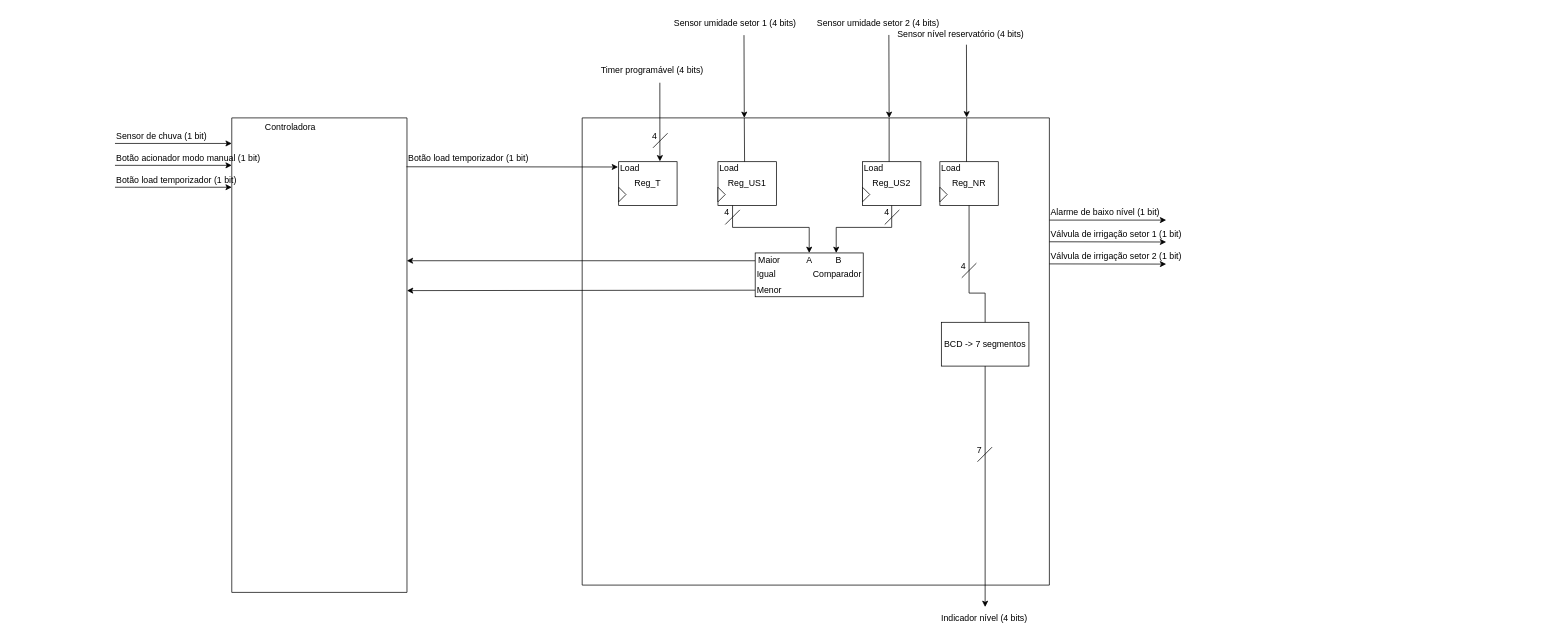
This is page "Caminho de dados" (4 of 4) of docs/diagramas.drawio from bbiancalopess/fsm-sistema-irrigacao, a draw.io file, before an edit. Source tidied: cells renumbered, new cells numbered last; positions are measured from the earlier drawing's top-left corner, leaving out a move shared by most shapes. Both pictures are drawn from the tidied source at 73%, with x=0, y=0 at pixel (115, 12).
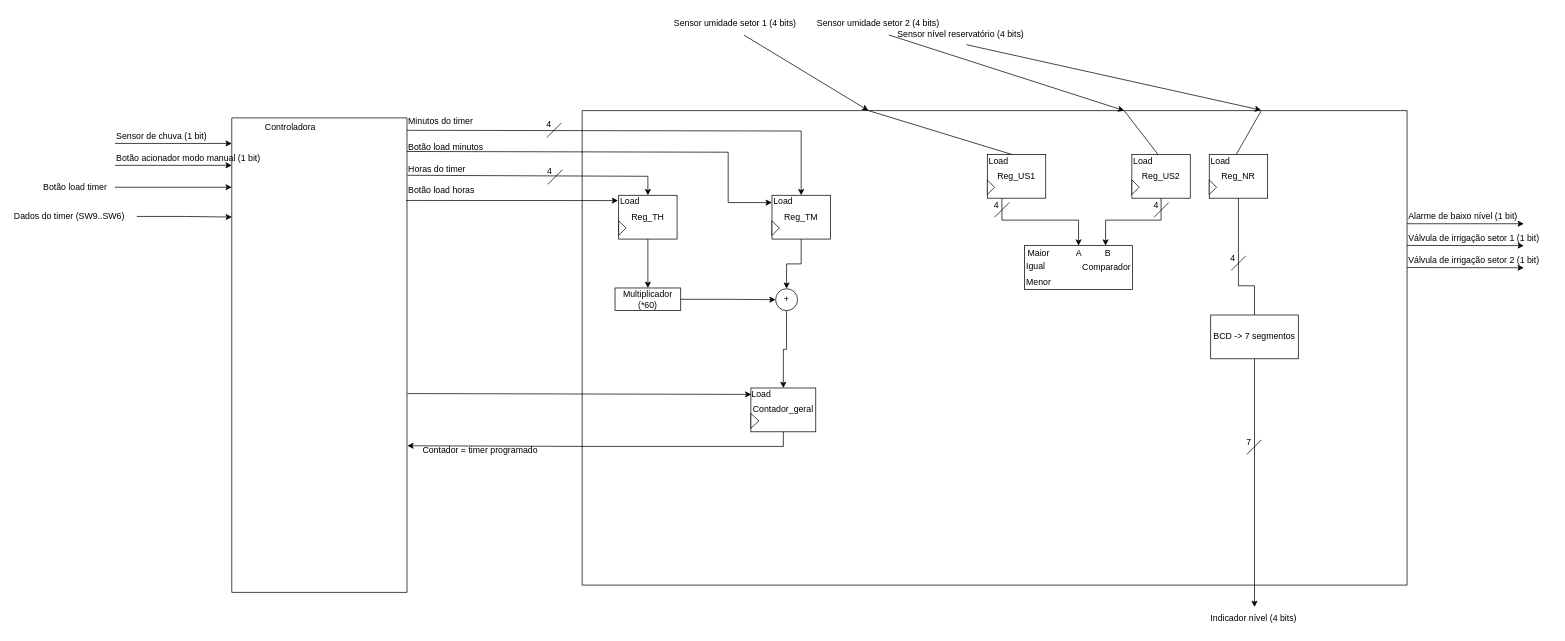
The same diagram, later.

The change refers to these unchanged cells:
```xml
<mxCell id="7" value="Reg_US1" style="rounded=0;whiteSpace=wrap;html=1;" parent="6" vertex="1">
  <mxGeometry x="10" y="6" width="80" height="60" as="geometry" />
</mxCell>
<mxCell id="13" value="Reg_US2" style="rounded=0;whiteSpace=wrap;html=1;" parent="12" vertex="1">
  <mxGeometry x="10" y="6" width="80" height="60" as="geometry" />
</mxCell>
<mxCell id="29" value="Reg_NR" style="rounded=0;whiteSpace=wrap;html=1;" parent="28" vertex="1">
  <mxGeometry x="10" y="6" width="80" height="60" as="geometry" />
</mxCell>
<mxCell id="61" style="swimlane;startSize=0;" parent="1" vertex="1">
  <mxGeometry x="160" y="144" width="240" height="650" as="geometry" />
</mxCell>
```

Diff of the diagram source:
```diff
@@
     <mxCell id="2" style="swimlane;startSize=0;" parent="1" vertex="1">
-      <mxGeometry x="640" y="144" width="640" height="640" as="geometry" />
+      <mxGeometry x="640" y="134" width="1130" height="650" as="geometry" />
     </mxCell>
@@
+    <mxCell id="36" style="group;" parent="2" vertex="1">
+      <mxGeometry x="40" y="110" width="90" height="66" as="geometry" />
+    </mxCell>
+    <mxCell id="37" value="Reg_TH" style="rounded=0;whiteSpace=wrap;html=1;" parent="36" vertex="1">
+      <mxGeometry x="10" y="6" width="80" height="60" as="geometry" />
+    </mxCell>
+    <mxCell id="38" style="triangle;whiteSpace=wrap;html=1;" parent="36" vertex="1">
+      <mxGeometry x="10" y="41" width="10" height="20" as="geometry" />
+    </mxCell>
+    <mxCell id="39" value="Load" style="text;html=1;align=center;verticalAlign=middle;strokeColor=none;fillColor=none;" parent="36" vertex="1">
+      <mxGeometry width="50" height="30" as="geometry" />
+    </mxCell>
     <mxCell id="6" style="group;" parent="2" vertex="1">
-      <mxGeometry x="176" y="54" width="90" height="91" as="geometry" />
+      <mxGeometry x="545" y="54" width="90" height="91" as="geometry" />
     </mxCell>
@@
     <mxCell id="12" style="group;" parent="2" vertex="1">
-      <mxGeometry x="374" y="54" width="90" height="126" as="geometry" />
+      <mxGeometry x="743" y="54" width="90" height="126" as="geometry" />
     </mxCell>
@@
     <mxCell id="18" value="Comparador" style="rounded=0;whiteSpace=wrap;html=1;align=right;" parent="2" vertex="1">
-      <mxGeometry x="237" y="185" width="148" height="60" as="geometry" />
+      <mxGeometry x="606" y="185" width="148" height="60" as="geometry" />
     </mxCell>
     <mxCell id="19" value="Maior" style="text;html=1;align=center;verticalAlign=middle;strokeColor=none;fillColor=none;" parent="2" vertex="1">
-      <mxGeometry x="231" y="180" width="50" height="30" as="geometry" />
+      <mxGeometry x="600" y="180" width="50" height="30" as="geometry" />
     </mxCell>
     <mxCell id="20" value="Menor" style="text;html=1;align=center;verticalAlign=middle;strokeColor=none;fillColor=none;" parent="2" vertex="1">
-      <mxGeometry x="226" y="221" width="60" height="30" as="geometry" />
+      <mxGeometry x="595" y="221" width="60" height="30" as="geometry" />
     </mxCell>
     <mxCell id="21" value="Igual" style="text;html=1;align=center;verticalAlign=middle;strokeColor=none;fillColor=none;" parent="2" vertex="1">
-      <mxGeometry x="227" y="199" width="50" height="30" as="geometry" />
+      <mxGeometry x="596" y="199" width="50" height="30" as="geometry" />
     </mxCell>
     <mxCell id="22" value="A" style="text;html=1;align=center;verticalAlign=middle;strokeColor=none;fillColor=none;" parent="2" vertex="1">
-      <mxGeometry x="296" y="180" width="30" height="30" as="geometry" />
+      <mxGeometry x="665" y="180" width="30" height="30" as="geometry" />
     </mxCell>
     <mxCell id="23" value="B" style="text;html=1;align=center;verticalAlign=middle;strokeColor=none;fillColor=none;" parent="2" vertex="1">
-      <mxGeometry x="336" y="180" width="30" height="30" as="geometry" />
+      <mxGeometry x="705" y="180" width="30" height="30" as="geometry" />
     </mxCell>
     <mxCell id="24" style="endArrow=classic;html=1;rounded=0;exitX=0.25;exitY=1;exitDx=0;exitDy=0;entryX=0.5;entryY=0;entryDx=0;entryDy=0;" parent="2" edge="1" source="7" target="18">
       <mxGeometry relative="1" as="geometry">
         <Array as="points">
-          <mxPoint x="206" y="150" />
-          <mxPoint x="311" y="150" />
+          <mxPoint x="575" y="150" />
+          <mxPoint x="680" y="150" />
         </Array>
       </mxGeometry>
     </mxCell>
     <mxCell id="25" style="endArrow=classic;html=1;rounded=0;exitX=0.5;exitY=1;exitDx=0;exitDy=0;entryX=0.75;entryY=0;entryDx=0;entryDy=0;" parent="2" edge="1" source="13" target="18">
       <mxGeometry relative="1" as="geometry">
         <Array as="points">
-          <mxPoint x="424" y="150" />
-          <mxPoint x="348" y="150" />
+          <mxPoint x="793" y="150" />
+          <mxPoint x="717" y="150" />
         </Array>
       </mxGeometry>
     </mxCell>
     <mxCell id="26" style="endArrow=none;html=1;rounded=0;" parent="2" edge="1">
       <mxGeometry relative="1" as="geometry">
-        <mxPoint x="541.5" y="471" as="sourcePoint" />
-        <mxPoint x="561.5" y="451" as="targetPoint" />
+        <mxPoint x="910.5" y="471" as="sourcePoint" />
+        <mxPoint x="930.5" y="451" as="targetPoint" />
       </mxGeometry>
     </mxCell>
     <mxCell id="27" value="7" style="text;html=1;align=center;verticalAlign=middle;strokeColor=none;fillColor=none;" parent="2" vertex="1">
-      <mxGeometry x="528.5" y="440" width="30" height="30" as="geometry" />
+      <mxGeometry x="897.5" y="440" width="30" height="30" as="geometry" />
     </mxCell>
     <mxCell id="28" style="group;" parent="2" vertex="1">
-      <mxGeometry x="480" y="54" width="90" height="66" as="geometry" />
+      <mxGeometry x="849" y="54" width="90" height="66" as="geometry" />
     </mxCell>
@@
     <mxCell id="32" value="BCD -&amp;gt; 7 segmentos" style="rounded=0;whiteSpace=wrap;html=1;" parent="2" vertex="1">
-      <mxGeometry x="492" y="280" width="120" height="60" as="geometry" />
+      <mxGeometry x="861" y="280" width="120" height="60" as="geometry" />
     </mxCell>
     <mxCell id="33" style="endArrow=none;html=1;rounded=0;entryX=0.5;entryY=1;entryDx=0;entryDy=0;exitX=0.5;exitY=0;exitDx=0;exitDy=0;" parent="2" edge="1" source="32" target="29">
       <mxGeometry relative="1" as="geometry">
         <Array as="points">
-          <mxPoint x="552" y="240" />
-          <mxPoint x="530" y="240" />
+          <mxPoint x="921" y="240" />
+          <mxPoint x="899" y="240" />
         </Array>
       </mxGeometry>
     </mxCell>
     <mxCell id="34" style="endArrow=none;html=1;rounded=0;" parent="2" edge="1">
       <mxGeometry relative="1" as="geometry">
-        <mxPoint x="520" y="219" as="sourcePoint" />
-        <mxPoint x="540" y="199" as="targetPoint" />
+        <mxPoint x="889" y="219" as="sourcePoint" />
+        <mxPoint x="909" y="199" as="targetPoint" />
       </mxGeometry>
     </mxCell>
     <mxCell id="35" value="4" style="text;html=1;align=center;verticalAlign=middle;strokeColor=none;fillColor=none;" parent="2" vertex="1">
-      <mxGeometry x="507" y="188" width="30" height="30" as="geometry" />
+      <mxGeometry x="876" y="188" width="30" height="30" as="geometry" />
     </mxCell>
-    <mxCell id="36" style="group;" parent="2" vertex="1">
-      <mxGeometry x="40" y="54" width="90" height="66" as="geometry" />
-    </mxCell>
-    <mxCell id="37" value="Reg_T" style="rounded=0;whiteSpace=wrap;html=1;" parent="36" vertex="1">
-      <mxGeometry x="10" y="6" width="80" height="60" as="geometry" />
-    </mxCell>
-    <mxCell id="38" style="triangle;whiteSpace=wrap;html=1;" parent="36" vertex="1">
-      <mxGeometry x="10" y="41" width="10" height="20" as="geometry" />
-    </mxCell>
-    <mxCell id="39" value="Load" style="text;html=1;align=center;verticalAlign=middle;strokeColor=none;fillColor=none;" parent="36" vertex="1">
-      <mxGeometry width="50" height="30" as="geometry" />
-    </mxCell>
-    <mxCell id="40" style="endArrow=none;html=1;rounded=0;" parent="2" edge="1">
-      <mxGeometry relative="1" as="geometry">
-        <mxPoint x="97" y="41" as="sourcePoint" />
-        <mxPoint x="117" y="21" as="targetPoint" />
-      </mxGeometry>
-    </mxCell>
-    <mxCell id="41" value="4" style="text;html=1;align=center;verticalAlign=middle;strokeColor=none;fillColor=none;" parent="2" vertex="1">
-      <mxGeometry x="84" y="10" width="30" height="30" as="geometry" />
-    </mxCell>
-    <mxCell id="42" style="endArrow=classic;html=1;rounded=0;exitX=0.5;exitY=1;exitDx=0;exitDy=0;" parent="1" edge="1" source="32">
+    <mxCell id="42" style="endArrow=classic;html=1;rounded=0;exitX=0.5;exitY=1;exitDx=0;exitDy=0;" parent="2" edge="1" source="32">
       <mxGeometry relative="1" as="geometry">
-        <mxPoint x="1192" y="814" as="targetPoint" />
+        <mxPoint x="921" y="680" as="targetPoint" />
       </mxGeometry>
     </mxCell>
+    <mxCell id="45" value="&lt;font&gt;Indicador nível (4 bits)&lt;/font&gt;" style="text;html=1;align=left;verticalAlign=middle;strokeColor=none;fillColor=none;fontSize=12;" parent="2" vertex="1">
+      <mxGeometry x="859" y="680" width="140" height="30" as="geometry" />
+    </mxCell>
+    <mxCell id="70" style="group;" parent="2" vertex="1">
+      <mxGeometry x="250" y="110" width="90" height="66" as="geometry" />
+    </mxCell>
+    <mxCell id="71" value="Reg_TM" style="rounded=0;whiteSpace=wrap;html=1;" parent="70" vertex="1">
+      <mxGeometry x="10" y="6" width="80" height="60" as="geometry" />
+    </mxCell>
+    <mxCell id="72" style="triangle;whiteSpace=wrap;html=1;" parent="70" vertex="1">
+      <mxGeometry x="10" y="41" width="10" height="20" as="geometry" />
+    </mxCell>
+    <mxCell id="73" value="Load" style="text;html=1;align=center;verticalAlign=middle;strokeColor=none;fillColor=none;" parent="70" vertex="1">
+      <mxGeometry width="50" height="30" as="geometry" />
+    </mxCell>
+    <mxCell id="74" style="endArrow=classic;html=1;rounded=0;exitX=1.003;exitY=0.121;exitDx=0;exitDy=0;exitPerimeter=0;entryX=0.5;entryY=0;entryDx=0;entryDy=0;" parent="2" edge="1" target="71">
+      <mxGeometry relative="1" as="geometry">
+        <mxPoint x="-240" y="27" as="sourcePoint" />
+        <Array as="points">
+          <mxPoint x="300" y="28" />
+        </Array>
+      </mxGeometry>
+    </mxCell>
+    <mxCell id="75" style="endArrow=classic;html=1;rounded=0;exitX=1.003;exitY=0.121;exitDx=0;exitDy=0;exitPerimeter=0;entryX=-0.002;entryY=0.167;entryDx=0;entryDy=0;entryPerimeter=0;" parent="2" edge="1" target="71">
+      <mxGeometry relative="1" as="geometry">
+        <mxPoint x="-240" y="56" as="sourcePoint" />
+        <Array as="points">
+          <mxPoint x="200" y="57" />
+          <mxPoint x="200" y="126" />
+        </Array>
+      </mxGeometry>
+    </mxCell>
+    <mxCell id="76" style="edgeStyle=orthogonalEdgeStyle;rounded=0;jettySize=auto;html=1;exitX=1;exitY=0.5;exitDx=0;exitDy=0;entryX=0;entryY=0.5;entryDx=0;entryDy=0;" parent="2" edge="1" source="77" target="80">
+      <mxGeometry relative="1" as="geometry" />
+    </mxCell>
+    <mxCell id="77" value="Multiplicador (*60)" style="whiteSpace=wrap;html=1;" parent="2" vertex="1">
+      <mxGeometry x="45" y="243" width="90" height="31" as="geometry" />
+    </mxCell>
+    <mxCell id="78" style="edgeStyle=orthogonalEdgeStyle;rounded=0;jettySize=auto;html=1;exitX=0.5;exitY=1;exitDx=0;exitDy=0;" parent="2" edge="1" source="37" target="77">
+      <mxGeometry relative="1" as="geometry" />
+    </mxCell>
+    <mxCell id="79" style="edgeStyle=orthogonalEdgeStyle;rounded=0;jettySize=auto;html=1;exitX=0.5;exitY=1;exitDx=0;exitDy=0;entryX=0.5;entryY=0;entryDx=0;entryDy=0;" parent="2" edge="1" source="80" target="83">
+      <mxGeometry relative="1" as="geometry" />
+    </mxCell>
+    <mxCell id="80" value="+" style="ellipse;whiteSpace=wrap;html=1;" parent="2" vertex="1">
+      <mxGeometry x="265" y="244" width="30" height="30" as="geometry" />
+    </mxCell>
+    <mxCell id="81" style="edgeStyle=orthogonalEdgeStyle;rounded=0;jettySize=auto;html=1;exitX=0.5;exitY=1;exitDx=0;exitDy=0;entryX=0.5;entryY=0;entryDx=0;entryDy=0;" parent="2" edge="1" source="71" target="80">
+      <mxGeometry relative="1" as="geometry" />
+    </mxCell>
+    <mxCell id="82" style="group;" parent="2" vertex="1">
+      <mxGeometry x="220" y="374" width="100" height="66" as="geometry" />
+    </mxCell>
+    <mxCell id="83" value="Contador_geral" style="rounded=0;whiteSpace=wrap;html=1;" parent="82" vertex="1">
+      <mxGeometry x="11.1" y="6" width="88.9" height="60" as="geometry" />
+    </mxCell>
+    <mxCell id="84" style="triangle;whiteSpace=wrap;html=1;" parent="82" vertex="1">
+      <mxGeometry x="11.1" y="41" width="11.1" height="20" as="geometry" />
+    </mxCell>
+    <mxCell id="85" value="Load" style="text;html=1;align=center;verticalAlign=middle;strokeColor=none;fillColor=none;" parent="82" vertex="1">
+      <mxGeometry width="50" height="30" as="geometry" />
+    </mxCell>
     <mxCell id="43" style="endArrow=classic;html=1;rounded=0;" parent="1" edge="1">
       <mxGeometry relative="1" as="geometry">
-        <mxPoint x="1280" y="284" as="sourcePoint" />
-        <mxPoint x="1440" y="284" as="targetPoint" />
+        <mxPoint x="1770" y="289" as="sourcePoint" />
+        <mxPoint x="1930" y="289" as="targetPoint" />
       </mxGeometry>
     </mxCell>
     <mxCell id="44" style="endArrow=classic;html=1;rounded=0;" parent="1" edge="1">
       <mxGeometry relative="1" as="geometry">
-        <mxPoint x="1280" y="313.7" as="sourcePoint" />
-        <mxPoint x="1440" y="314" as="targetPoint" />
+        <mxPoint x="1770" y="318.7" as="sourcePoint" />
+        <mxPoint x="1930" y="319" as="targetPoint" />
       </mxGeometry>
     </mxCell>
-    <mxCell id="45" value="&lt;font&gt;Indicador nível (4 bits)&lt;/font&gt;" style="text;html=1;align=left;verticalAlign=middle;strokeColor=none;fillColor=none;fontSize=12;" parent="1" vertex="1">
-      <mxGeometry x="1130" y="814" width="140" height="30" as="geometry" />
-    </mxCell>
     <mxCell id="46" value="&lt;font&gt;Alarme de baixo nível (1 bit)&lt;/font&gt;" style="text;html=1;align=left;verticalAlign=middle;strokeColor=none;fillColor=none;fontSize=12;" parent="1" vertex="1">
-      <mxGeometry x="1280" y="259" width="170" height="30" as="geometry" />
+      <mxGeometry x="1770" y="264" width="170" height="30" as="geometry" />
     </mxCell>
     <mxCell id="47" value="&lt;font&gt;Válvula de irrigação setor 1 (1 bit)&lt;/font&gt;" style="text;html=1;align=left;verticalAlign=middle;strokeColor=none;fillColor=none;fontSize=12;" parent="1" vertex="1">
-      <mxGeometry x="1280" y="289" width="200" height="30" as="geometry" />
+      <mxGeometry x="1770" y="294" width="200" height="30" as="geometry" />
     </mxCell>
     <mxCell id="48" style="endArrow=classic;html=1;rounded=0;" parent="1" edge="1">
       <mxGeometry relative="1" as="geometry">
-        <mxPoint x="1280" y="344" as="sourcePoint" />
-        <mxPoint x="1440" y="344.3" as="targetPoint" />
+        <mxPoint x="1770" y="349" as="sourcePoint" />
+        <mxPoint x="1930" y="349.3" as="targetPoint" />
       </mxGeometry>
     </mxCell>
     <mxCell id="49" value="&lt;font&gt;Válvula de irrigação setor 2 (1 bit)&lt;/font&gt;" style="text;html=1;align=left;verticalAlign=middle;strokeColor=none;fillColor=none;fontSize=12;" parent="1" vertex="1">
-      <mxGeometry x="1280" y="319" width="200" height="30" as="geometry" />
+      <mxGeometry x="1770" y="324" width="200" height="30" as="geometry" />
     </mxCell>
@@
-    <mxCell id="51" style="endArrow=classic;html=1;rounded=0;entryX=0.706;entryY=-0.008;entryDx=0;entryDy=0;entryPerimeter=0;exitX=0.515;exitY=1.061;exitDx=0;exitDy=0;exitPerimeter=0;" parent="1" edge="1" source="55" target="37">
-      <mxGeometry relative="1" as="geometry" />
-    </mxCell>
@@
-    <mxCell id="55" value="&lt;font&gt;Timer programável (4 bits)&lt;/font&gt;" style="text;html=1;align=left;verticalAlign=middle;points=[];strokeColor=none;fillColor=none;fontSize=12;" parent="1" vertex="1">
-      <mxGeometry x="664" y="64" width="160" height="30" as="geometry" />
-    </mxCell>
@@
-    <mxCell id="59" style="endArrow=classic;html=1;rounded=0;entryX=0.999;entryY=0.301;entryDx=0;entryDy=0;entryPerimeter=0;exitX=0.18;exitY=0.522;exitDx=0;exitDy=0;exitPerimeter=0;" parent="1" edge="1" target="61">
-      <mxGeometry relative="1" as="geometry">
-        <mxPoint x="877" y="339.7" as="sourcePoint" />
-      </mxGeometry>
-    </mxCell>
-    <mxCell id="60" style="endArrow=classic;html=1;rounded=0;entryX=1;entryY=0.364;entryDx=0;entryDy=0;entryPerimeter=0;" parent="1" edge="1" target="61">
-      <mxGeometry relative="1" as="geometry">
-        <mxPoint x="877" y="380" as="sourcePoint" />
-      </mxGeometry>
-    </mxCell>
@@
-    <mxCell id="63" style="endArrow=classic;html=1;rounded=0;exitX=0.997;exitY=0.103;exitDx=0;exitDy=0;exitPerimeter=0;entryX=-0.011;entryY=0.121;entryDx=0;entryDy=0;entryPerimeter=0;" parent="1" edge="1" source="61" target="37">
+    <mxCell id="63" style="endArrow=classic;html=1;rounded=0;exitX=0.994;exitY=0.174;exitDx=0;exitDy=0;exitPerimeter=0;entryX=-0.011;entryY=0.121;entryDx=0;entryDy=0;entryPerimeter=0;" parent="1" edge="1" source="61" target="37">
       <mxGeometry relative="1" as="geometry" />
     </mxCell>
@@
-    <mxCell id="65" value="&lt;font&gt;Botão load temporizador (1 bit)&lt;/font&gt;" style="text;html=1;align=left;verticalAlign=middle;strokeColor=none;fillColor=none;fontSize=12;" parent="1" vertex="1">
-      <mxGeometry y="214" width="190" height="30" as="geometry" />
+    <mxCell id="65" value="&lt;font&gt;Botão load timer&lt;/font&gt;" style="text;html=1;align=left;verticalAlign=middle;strokeColor=none;fillColor=none;fontSize=12;" parent="1" vertex="1">
+      <mxGeometry x="-100" y="224" width="110" height="30" as="geometry" />
     </mxCell>
-    <mxCell id="66" value="&lt;font&gt;Botão load temporizador (1 bit)&lt;/font&gt;" style="text;html=1;align=left;verticalAlign=middle;strokeColor=none;fillColor=none;fontSize=12;" parent="1" vertex="1">
-      <mxGeometry x="400" y="184" width="190" height="30" as="geometry" />
+    <mxCell id="66" value="&lt;font&gt;Botão load horas&lt;/font&gt;" style="text;html=1;align=left;verticalAlign=middle;strokeColor=none;fillColor=none;fontSize=12;" parent="1" vertex="1">
+      <mxGeometry x="400" y="229" width="110" height="30" as="geometry" />
     </mxCell>
@@
+    <mxCell id="86" value="&lt;font&gt;Dados do timer (SW9..SW6)&lt;/font&gt;" style="text;html=1;align=left;verticalAlign=middle;points=[];strokeColor=none;fillColor=none;fontSize=12;" parent="1" vertex="1">
+      <mxGeometry x="-140" y="264" width="170" height="30" as="geometry" />
+    </mxCell>
+    <mxCell id="87" style="edgeStyle=orthogonalEdgeStyle;rounded=0;jettySize=auto;html=1;entryX=0.001;entryY=0.209;entryDx=0;entryDy=0;entryPerimeter=0;" parent="1" edge="1" source="86" target="61">
+      <mxGeometry relative="1" as="geometry" />
+    </mxCell>
+    <mxCell id="88" style="endArrow=none;html=1;rounded=0;" parent="1" edge="1">
+      <mxGeometry relative="1" as="geometry">
+        <mxPoint x="593" y="235" as="sourcePoint" />
+        <mxPoint x="613" y="215" as="targetPoint" />
+      </mxGeometry>
+    </mxCell>
+    <mxCell id="89" value="4" style="text;html=1;align=center;verticalAlign=middle;strokeColor=none;fillColor=none;" parent="1" vertex="1">
+      <mxGeometry x="580" y="202" width="30" height="30" as="geometry" />
+    </mxCell>
+    <mxCell id="90" style="endArrow=classic;html=1;rounded=0;exitX=1.003;exitY=0.121;exitDx=0;exitDy=0;exitPerimeter=0;entryX=0.5;entryY=0;entryDx=0;entryDy=0;" parent="1" edge="1" source="61" target="37">
+      <mxGeometry relative="1" as="geometry">
+        <Array as="points">
+          <mxPoint x="730" y="224" />
+        </Array>
+      </mxGeometry>
+    </mxCell>
+    <mxCell id="91" value="&lt;font&gt;Horas do timer&lt;/font&gt;" style="text;html=1;align=left;verticalAlign=middle;strokeColor=none;fillColor=none;fontSize=12;" parent="1" vertex="1">
+      <mxGeometry x="400" y="199" width="100" height="30" as="geometry" />
+    </mxCell>
+    <mxCell id="92" value="&lt;font&gt;Minutos do timer&lt;/font&gt;" style="text;html=1;align=left;verticalAlign=middle;strokeColor=none;fillColor=none;fontSize=12;" parent="1" vertex="1">
+      <mxGeometry x="400" y="134" width="110" height="30" as="geometry" />
+    </mxCell>
+    <mxCell id="93" value="&lt;font&gt;Botão load minutos&lt;/font&gt;" style="text;html=1;align=left;verticalAlign=middle;strokeColor=none;fillColor=none;fontSize=12;" parent="1" vertex="1">
+      <mxGeometry x="400" y="169" width="130" height="30" as="geometry" />
+    </mxCell>
+    <mxCell id="94" style="endArrow=none;html=1;rounded=0;" parent="1" edge="1">
+      <mxGeometry relative="1" as="geometry">
+        <mxPoint x="591.5" y="171" as="sourcePoint" />
+        <mxPoint x="611.5" y="151" as="targetPoint" />
+      </mxGeometry>
+    </mxCell>
+    <mxCell id="95" value="4" style="text;html=1;align=center;verticalAlign=middle;strokeColor=none;fillColor=none;" parent="1" vertex="1">
+      <mxGeometry x="578.5" y="138" width="30" height="30" as="geometry" />
+    </mxCell>
+    <mxCell id="96" style="endArrow=classic;html=1;rounded=0;entryX=0.007;entryY=0.146;entryDx=0;entryDy=0;entryPerimeter=0;exitX=1.003;exitY=0.581;exitDx=0;exitDy=0;exitPerimeter=0;" parent="1" edge="1" source="61" target="83">
+      <mxGeometry relative="1" as="geometry" />
+    </mxCell>
+    <mxCell id="97" style="edgeStyle=orthogonalEdgeStyle;rounded=0;jettySize=auto;html=1;exitX=0.5;exitY=1;exitDx=0;exitDy=0;entryX=1.002;entryY=0.691;entryDx=0;entryDy=0;entryPerimeter=0;" parent="1" edge="1" source="83" target="61">
+      <mxGeometry relative="1" as="geometry" />
+    </mxCell>
+    <mxCell id="98" value="Contador = timer programado" style="text;html=1;align=center;verticalAlign=middle;strokeColor=none;fillColor=none;" parent="1" vertex="1">
+      <mxGeometry x="410" y="584" width="180" height="30" as="geometry" />
+    </mxCell>
```
